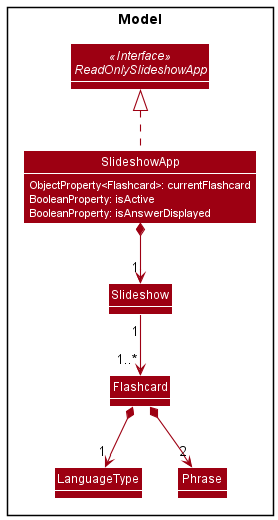
The PlantUML diagram docs/images/SlideshowAppClassDiagram.png in sharmainec/tp, before a commit.
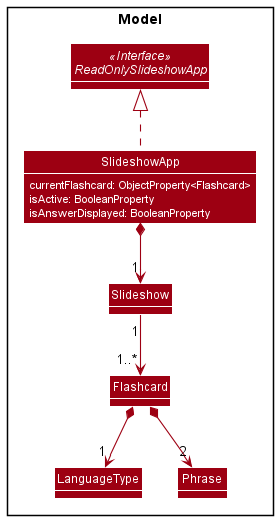
Above is the later version.

Commit message:
Fix SlideshowApp class diagram

Change to the diagram source:
```diff
@@ -13,9 +13,9 @@
 Package Model <<Rectangle>>{
     Interface ReadOnlySlideshowApp <<Interface>>
     Class SlideshowApp {
-        ObjectProperty<Flashcard>: currentFlashcard
-        BooleanProperty: isActive
-        BooleanProperty: isAnswerDisplayed
+        currentFlashcard: ObjectProperty<Flashcard>
+        isActive: BooleanProperty
+        isAnswerDisplayed: BooleanProperty
     }
     Class Slideshow
     Class Flashcard
```
